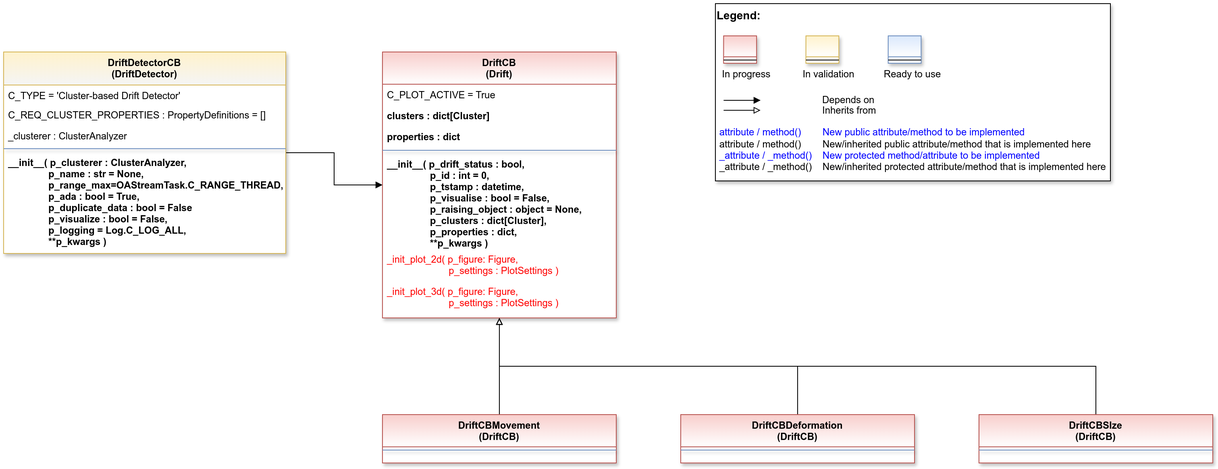
This is doc/rtd/content/99_appendices/appendix2/sub/mlpro_oa/streams/40_drift_detection/20_cluster_based/images/MLPro-OA-CB-Drift-Detectors_class_diagram.drawio.png from fhswf/MLPro, a draw.io export, as it was before one commit. Source tidied: cells renumbered, new cells last; positions are measured from the earlier drawing's top-left corner, leaving out a move shared by most shapes.
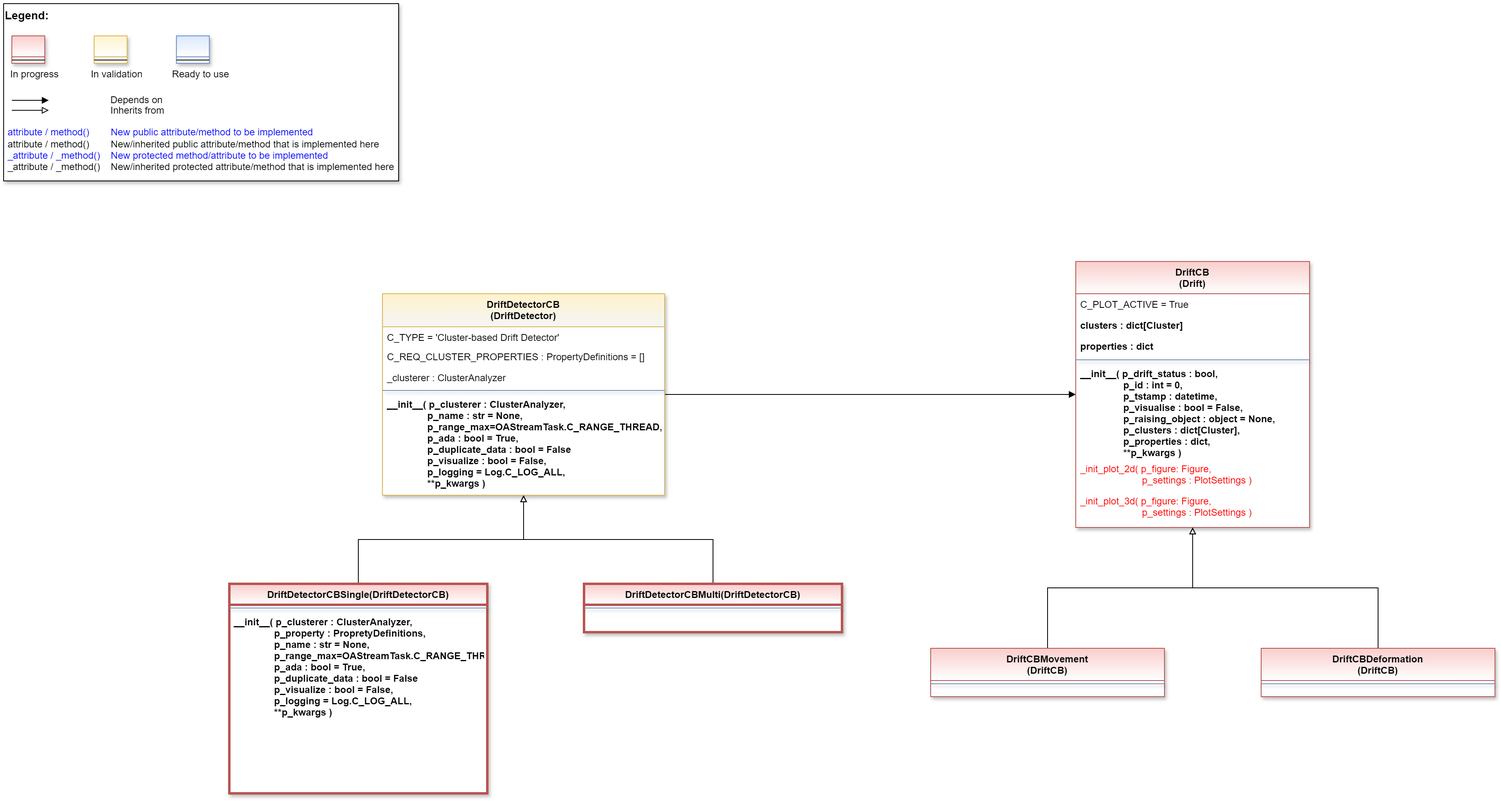
Later version of the same file.

Commit message:
OA: New cluster-based drift detector 'Deformation' #1162

Change to the diagram source:
```diff
@@ -3,7 +3,7 @@
     <mxCell id="0" />
     <mxCell id="1" parent="0" />
     <mxCell id="2" style="group;" parent="1" vertex="1">
-      <mxGeometry x="883" width="490" height="220" as="geometry" />
+      <mxGeometry x="40" width="490" height="220" as="geometry" />
     </mxCell>
     <mxCell id="3" value="&lt;font color=&quot;#000000&quot; size=&quot;1&quot;&gt;&lt;b style=&quot;font-size: 14px&quot;&gt;Legend:&lt;br&gt;&lt;/b&gt;&lt;/font&gt;&lt;br&gt;&lt;br&gt;&lt;br&gt;&lt;font color=&quot;#0000ff&quot; style=&quot;font-size: 6px&quot;&gt;&lt;br&gt;&lt;/font&gt;&lt;span style=&quot;color: rgb(0 , 0 , 0)&quot;&gt;&lt;font style=&quot;font-size: 4px&quot;&gt;&amp;nbsp; &amp;nbsp;&lt;/font&gt;&amp;nbsp;In progress&amp;nbsp; &amp;nbsp; &amp;nbsp; &amp;nbsp; &amp;nbsp; &amp;nbsp; In validation&amp;nbsp; &amp;nbsp; &amp;nbsp; &amp;nbsp; &amp;nbsp; &amp;nbsp;Ready to use&lt;/span&gt;&lt;font color=&quot;#000000&quot;&gt;&amp;nbsp;&lt;br&gt;&lt;/font&gt;&lt;font color=&quot;#0000ff&quot;&gt;&lt;br&gt;&lt;br&gt;&lt;br&gt;&lt;br&gt;&amp;nbsp;attribute / method()&amp;nbsp; &amp;nbsp; &amp;nbsp; &amp;nbsp; New public attribute/method to be implemented&lt;/font&gt;&lt;br&gt;&lt;font color=&quot;#000000&quot;&gt;&amp;nbsp;&lt;/font&gt;&lt;font color=&quot;#000000&quot;&gt;attribute / method()&lt;span&gt; &lt;/span&gt;&amp;nbsp; &amp;nbsp; &amp;nbsp; &amp;nbsp;New/inherited public attribute/method that is implemented here&lt;br&gt;&lt;/font&gt;&lt;font color=&quot;#0000ff&quot;&gt;&amp;nbsp;_attribute /&amp;nbsp;&lt;/font&gt;&lt;font color=&quot;#0000ff&quot;&gt;_method()&amp;nbsp; &amp;nbsp; New protected method/attribute to be implemented&lt;/font&gt;&lt;br&gt;&lt;font color=&quot;#000000&quot;&gt;&amp;nbsp;_attribute / _method()&amp;nbsp; &amp;nbsp; New/inherited protected attribute/method that is implemented here&lt;br&gt;&lt;/font&gt;&lt;font color=&quot;#000000&quot;&gt;&lt;br&gt;&lt;br&gt;&lt;br&gt;&lt;br&gt;&lt;br&gt;&lt;/font&gt;" style="text;html=1;align=left;verticalAlign=top;whiteSpace=wrap;rounded=0;fontColor=#006600;strokeColor=#000000;shadow=1;fillColor=#ffffff;" parent="2" vertex="1">
       <mxGeometry width="490" height="220" as="geometry" />
@@ -43,87 +43,89 @@
     <mxCell id="11" style="line;html=1;strokeWidth=1;align=left;verticalAlign=middle;spacingTop=-1;spacingLeft=3;spacingRight=3;labelPosition=right;" parent="10" vertex="1">
       <mxGeometry y="26" width="40.8" height="8" as="geometry" />
     </mxCell>
-    <mxCell id="12" style="edgeStyle=orthogonalEdgeStyle;rounded=0;jettySize=auto;html=1;endArrow=block;endFill=1;" parent="1" edge="1" source="13" target="19">
+    <mxCell id="12" style="edgeStyle=orthogonalEdgeStyle;rounded=0;jettySize=auto;html=1;endArrow=block;endFill=1;" parent="1" edge="1" source="15" target="23">
       <mxGeometry relative="1" as="geometry" />
     </mxCell>
-    <mxCell id="13" value="DriftDetectorCB&#10;(DriftDetector)" style="swimlane;align=center;verticalAlign=top;horizontal=1;startSize=41;rounded=0;shadow=1;strokeWidth=1;fillColor=#fff2cc;strokeColor=#d6b656;swimlaneFillColor=#ffffff;gradientColor=#F5F5F5;" parent="1" vertex="1">
-      <mxGeometry y="60" width="350" height="250" as="geometry" />
+    <mxCell id="13" style="edgeStyle=orthogonalEdgeStyle;rounded=0;jettySize=auto;html=1;endArrow=block;endFill=0;exitX=0.5;exitY=0;exitDx=0;exitDy=0;" parent="1" edge="1" source="37" target="15">
+      <mxGeometry relative="1" as="geometry" />
     </mxCell>
-    <mxCell id="14" value="C_TYPE = 'Cluster-based Drift Detector'" style="text;align=left;verticalAlign=top;spacingLeft=4;spacingRight=4;overflow=hidden;" parent="13" vertex="1">
-      <mxGeometry y="41" width="350" height="24" as="geometry" />
+    <mxCell id="14" style="edgeStyle=orthogonalEdgeStyle;rounded=0;jettySize=auto;html=1;endArrow=block;endFill=0;" parent="1" edge="1" source="35" target="15">
+      <mxGeometry relative="1" as="geometry" />
     </mxCell>
-    <mxCell id="15" value="C_REQ_CLUSTER_PROPERTIES : PropertyDefinitions = []" style="text;align=left;verticalAlign=top;spacingLeft=4;spacingRight=4;overflow=hidden;points=[[0,0.5],[1,0.5]];portConstraint=eastwest;" parent="13" vertex="1">
-      <mxGeometry y="65" width="350" height="26" as="geometry" />
+    <mxCell id="15" value="DriftDetectorCB&#10;(DriftDetector)" style="swimlane;align=center;verticalAlign=top;horizontal=1;startSize=41;rounded=0;shadow=1;strokeWidth=1;fillColor=#fff2cc;strokeColor=#d6b656;swimlaneFillColor=#ffffff;gradientColor=#F5F5F5;" parent="1" vertex="1">
+      <mxGeometry x="510" y="360" width="350" height="250" as="geometry" />
     </mxCell>
-    <mxCell id="16" value="_clusterer : ClusterAnalyzer" style="text;align=left;verticalAlign=top;spacingLeft=4;spacingRight=4;overflow=hidden;" parent="13" vertex="1">
-      <mxGeometry y="91" width="350" height="25" as="geometry" />
+    <mxCell id="16" value="C_TYPE = 'Cluster-based Drift Detector'" style="text;align=left;verticalAlign=top;spacingLeft=4;spacingRight=4;overflow=hidden;" parent="15" vertex="1">
+      <mxGeometry y="41" width="350" height="24" as="geometry" />
     </mxCell>
-    <mxCell id="17" style="line;html=1;strokeWidth=1;align=center;verticalAlign=top;spacingTop=-1;spacingLeft=3;spacingRight=3;labelPosition=right;rounded=0;shadow=1;strokeColor=#6c8ebf;swimlaneFillColor=#ffffff;fontFamily=Helvetica;fontSize=12;fontColor=default;fontStyle=3;fillColor=#dae8fc;gradientColor=#ffffff;" parent="13" vertex="1">
-      <mxGeometry y="116" width="350" height="8" as="geometry" />
+    <mxCell id="17" value="C_REQ_CLUSTER_PROPERTIES : PropertyDefinitions = []" style="text;align=left;verticalAlign=top;spacingLeft=4;spacingRight=4;overflow=hidden;" parent="15" vertex="1">
+      <mxGeometry y="65" width="350" height="26" as="geometry" />
     </mxCell>
-    <mxCell id="18" value="__init__( p_clusterer : ClusterAnalyzer,&#10;               p_name : str = None,&#10;               p_range_max=OAStreamTask.C_RANGE_THREAD,&#10;               p_ada : bool = True,&#10;               p_duplicate_data : bool = False&#10;               p_visualize : bool = False,&#10;               p_logging = Log.C_LOG_ALL,&#10;               **p_kwargs )" style="text;align=left;verticalAlign=top;spacingLeft=4;spacingRight=4;overflow=hidden;fontStyle=1;" parent="13" vertex="1">
-      <mxGeometry y="124" width="350" height="126" as="geometry" />
+    <mxCell id="18" value="_clusterer : ClusterAnalyzer" style="text;align=left;verticalAlign=top;spacingLeft=4;spacingRight=4;overflow=hidden;" parent="15" vertex="1">
+      <mxGeometry y="91" width="350" height="25" as="geometry" />
     </mxCell>
-    <mxCell id="19" value="DriftCB&#10;(Drift)" style="swimlane;fontStyle=1;align=center;verticalAlign=top;horizontal=1;startSize=40;rounded=0;shadow=1;strokeWidth=1;fillColor=#f8cecc;strokeColor=#b85450;swimlaneFillColor=#ffffff;fontFamily=Helvetica;fontSize=12;gradientColor=#FFFFFF;" parent="1" vertex="1">
-      <mxGeometry x="470" y="60" width="290" height="330" as="geometry" />
+    <mxCell id="19" style="line;html=1;strokeWidth=1;align=center;verticalAlign=top;spacingTop=-1;spacingLeft=3;spacingRight=3;labelPosition=right;points=[];portConstraint=eastwest;rounded=0;shadow=1;strokeColor=#6c8ebf;swimlaneFillColor=#ffffff;fontFamily=Helvetica;fontSize=12;fontColor=default;fontStyle=3;fillColor=#dae8fc;gradientColor=#ffffff;" parent="15" vertex="1">
+      <mxGeometry y="116" width="350" height="8" as="geometry" />
     </mxCell>
-    <mxCell id="20" value="C_PLOT_ACTIVE = True" style="text;align=left;verticalAlign=top;spacingLeft=4;spacingRight=4;overflow=hidden;" parent="19" vertex="1">
-      <mxGeometry y="40" width="290" height="26" as="geometry" />
+    <mxCell id="20" value="__init__( p_clusterer : ClusterAnalyzer,&#10;               p_name : str = None,&#10;               p_range_max=OAStreamTask.C_RANGE_THREAD,&#10;               p_ada : bool = True,&#10;               p_duplicate_data : bool = False&#10;               p_visualize : bool = False,&#10;               p_logging = Log.C_LOG_ALL,&#10;               **p_kwargs )" style="text;align=left;verticalAlign=top;spacingLeft=4;spacingRight=4;overflow=hidden;fontStyle=1;" parent="15" vertex="1">
+      <mxGeometry y="124" width="350" height="126" as="geometry" />
     </mxCell>
-    <mxCell id="21" value="clusters : dict[Cluster]" style="text;align=left;verticalAlign=top;spacingLeft=4;spacingRight=4;overflow=hidden;fontStyle=1;" parent="19" vertex="1">
-      <mxGeometry y="66" width="290" height="26" as="geometry" />
+    <mxCell id="21" style="edgeStyle=orthogonalEdgeStyle;rounded=0;jettySize=auto;html=1;endArrow=block;endFill=0;exitX=0.5;exitY=0;exitDx=0;exitDy=0;" parent="1" edge="1" source="31" target="23">
+      <mxGeometry relative="1" as="geometry" />
     </mxCell>
-    <mxCell id="22" value="properties : dict" style="text;align=left;verticalAlign=top;spacingLeft=4;spacingRight=4;overflow=hidden;fontStyle=1;" parent="19" vertex="1">
-      <mxGeometry y="92" width="290" height="26" as="geometry" />
+    <mxCell id="22" style="edgeStyle=orthogonalEdgeStyle;rounded=0;jettySize=auto;html=1;endArrow=block;endFill=0;" parent="1" edge="1" source="33" target="23">
+      <mxGeometry relative="1" as="geometry" />
     </mxCell>
-    <mxCell id="23" style="line;html=1;strokeWidth=1;align=center;verticalAlign=top;spacingTop=-1;spacingLeft=3;spacingRight=3;labelPosition=right;points=[];portConstraint=eastwest;rounded=0;shadow=1;strokeColor=#6c8ebf;swimlaneFillColor=#ffffff;fontFamily=Helvetica;fontSize=12;fontColor=default;fontStyle=1;fillColor=#dae8fc;gradientColor=#ffffff;" parent="19" vertex="1">
-      <mxGeometry y="118" width="290" height="8" as="geometry" />
+    <mxCell id="23" value="DriftCB&#10;(Drift)" style="swimlane;fontStyle=1;align=center;verticalAlign=top;horizontal=1;startSize=40;rounded=0;shadow=1;strokeWidth=1;fillColor=#f8cecc;strokeColor=#b85450;swimlaneFillColor=#ffffff;fontFamily=Helvetica;fontSize=12;gradientColor=#FFFFFF;" parent="1" vertex="1">
+      <mxGeometry x="1370" y="320" width="290" height="330" as="geometry" />
     </mxCell>
-    <mxCell id="24" value="__init__( p_drift_status : bool,&#10;                p_id : int = 0,&#10;                p_tstamp : datetime,&#10;                p_visualise : bool = False,&#10;                p_raising_object : object = None,&#10;                p_clusters : dict[Cluster],&#10;                p_properties : dict,&#10;                **p_kwargs )" style="text;align=left;verticalAlign=top;spacingLeft=4;spacingRight=4;overflow=hidden;fontStyle=1;" parent="19" vertex="1">
-      <mxGeometry y="126" width="290" height="118" as="geometry" />
+    <mxCell id="24" value="C_PLOT_ACTIVE = True" style="text;align=left;verticalAlign=top;spacingLeft=4;spacingRight=4;overflow=hidden;" parent="23" vertex="1">
+      <mxGeometry y="40" width="290" height="26" as="geometry" />
     </mxCell>
-    <mxCell id="25" value="_init_plot_2d( p_figure: Figure, &#10;                       p_settings : PlotSettings )" style="text;align=left;verticalAlign=top;spacingLeft=4;spacingRight=4;overflow=hidden;fontColor=#FF0000;" parent="19" vertex="1">
-      <mxGeometry y="244" width="290" height="40" as="geometry" />
+    <mxCell id="25" value="clusters : dict[Cluster]" style="text;align=left;verticalAlign=top;spacingLeft=4;spacingRight=4;overflow=hidden;fontStyle=1;" parent="23" vertex="1">
+      <mxGeometry y="66" width="290" height="26" as="geometry" />
     </mxCell>
-    <mxCell id="26" value="_init_plot_3d( p_figure: Figure, &#10;                       p_settings : PlotSettings )" style="text;align=left;verticalAlign=top;spacingLeft=4;spacingRight=4;overflow=hidden;fontColor=#FF0000;" parent="19" vertex="1">
-      <mxGeometry y="284" width="290" height="40" as="geometry" />
+    <mxCell id="26" value="properties : dict" style="text;align=left;verticalAlign=top;spacingLeft=4;spacingRight=4;overflow=hidden;fontStyle=1;" parent="23" vertex="1">
+      <mxGeometry y="92" width="290" height="26" as="geometry" />
     </mxCell>
-    <mxCell id="27" style="edgeStyle=orthogonalEdgeStyle;rounded=0;jettySize=auto;html=1;endArrow=block;endFill=0;" parent="1" edge="1" source="28" target="19">
-      <mxGeometry relative="1" as="geometry" />
+    <mxCell id="27" style="line;html=1;strokeWidth=1;align=center;verticalAlign=top;spacingTop=-1;spacingLeft=3;spacingRight=3;labelPosition=right;rounded=0;shadow=1;strokeColor=#6c8ebf;swimlaneFillColor=#ffffff;fontFamily=Helvetica;fontSize=12;fontColor=default;fontStyle=1;fillColor=#dae8fc;gradientColor=#ffffff;" parent="23" vertex="1">
+      <mxGeometry y="118" width="290" height="8" as="geometry" />
     </mxCell>
-    <mxCell id="28" value="DriftCBMovement&#10;(DriftCB)" style="swimlane;fontStyle=1;align=center;verticalAlign=top;horizontal=1;startSize=40;rounded=0;shadow=1;strokeWidth=1;fillColor=#f8cecc;strokeColor=#b85450;swimlaneFillColor=#ffffff;fontFamily=Helvetica;fontSize=12;gradientColor=#FFFFFF;" parent="1" vertex="1">
-      <mxGeometry x="470" y="510" width="290" height="60" as="geometry" />
+    <mxCell id="28" value="__init__( p_drift_status : bool,&#10;                p_id : int = 0,&#10;                p_tstamp : datetime,&#10;                p_visualise : bool = False,&#10;                p_raising_object : object = None,&#10;                p_clusters : dict[Cluster],&#10;                p_properties : dict,&#10;                **p_kwargs )" style="text;align=left;verticalAlign=top;spacingLeft=4;spacingRight=4;overflow=hidden;points=[[0,0.5],[1,0.5]];portConstraint=eastwest;fontStyle=1;" parent="23" vertex="1">
+      <mxGeometry y="126" width="290" height="118" as="geometry" />
     </mxCell>
-    <mxCell id="29" style="line;html=1;strokeWidth=1;align=center;verticalAlign=top;spacingTop=-1;spacingLeft=3;spacingRight=3;labelPosition=right;rounded=0;shadow=1;strokeColor=#6c8ebf;swimlaneFillColor=#ffffff;fontFamily=Helvetica;fontSize=12;fontColor=default;fontStyle=1;fillColor=#dae8fc;gradientColor=#ffffff;" parent="28" vertex="1">
-      <mxGeometry y="40" width="290" height="8" as="geometry" />
+    <mxCell id="29" value="_init_plot_2d( p_figure: Figure, &#10;                       p_settings : PlotSettings )" style="text;align=left;verticalAlign=top;spacingLeft=4;spacingRight=4;overflow=hidden;fontColor=#FF0000;" parent="23" vertex="1">
+      <mxGeometry y="244" width="290" height="40" as="geometry" />
     </mxCell>
-    <mxCell id="30" style="edgeStyle=orthogonalEdgeStyle;rounded=0;jettySize=auto;html=1;endArrow=block;endFill=0;" parent="1" edge="1" source="31" target="19">
-      <mxGeometry relative="1" as="geometry">
-        <Array as="points">
-          <mxPoint x="985" y="450" />
-          <mxPoint x="615" y="450" />
-        </Array>
-      </mxGeometry>
+    <mxCell id="30" value="_init_plot_3d( p_figure: Figure, &#10;                       p_settings : PlotSettings )" style="text;align=left;verticalAlign=top;spacingLeft=4;spacingRight=4;overflow=hidden;fontColor=#FF0000;" parent="23" vertex="1">
+      <mxGeometry y="284" width="290" height="40" as="geometry" />
     </mxCell>
-    <mxCell id="31" value="DriftCBDeformation&#10;(DriftCB)" style="swimlane;fontStyle=1;align=center;verticalAlign=top;horizontal=1;startSize=40;rounded=0;shadow=1;strokeWidth=1;fillColor=#f8cecc;strokeColor=#b85450;swimlaneFillColor=#ffffff;fontFamily=Helvetica;fontSize=12;gradientColor=#FFFFFF;" parent="1" vertex="1">
-      <mxGeometry x="840" y="510" width="290" height="60" as="geometry" />
+    <mxCell id="31" value="DriftCBMovement&#10;(DriftCB)" style="swimlane;fontStyle=1;align=center;verticalAlign=top;horizontal=1;startSize=40;rounded=0;shadow=1;strokeWidth=1;fillColor=#f8cecc;strokeColor=#b85450;swimlaneFillColor=#ffffff;fontFamily=Helvetica;fontSize=12;gradientColor=#FFFFFF;" parent="1" vertex="1">
+      <mxGeometry x="1190" y="800" width="290" height="60" as="geometry" />
     </mxCell>
     <mxCell id="32" style="line;html=1;strokeWidth=1;align=center;verticalAlign=top;spacingTop=-1;spacingLeft=3;spacingRight=3;labelPosition=right;rounded=0;shadow=1;strokeColor=#6c8ebf;swimlaneFillColor=#ffffff;fontFamily=Helvetica;fontSize=12;fontColor=default;fontStyle=1;fillColor=#dae8fc;gradientColor=#ffffff;" parent="31" vertex="1">
       <mxGeometry y="40" width="290" height="8" as="geometry" />
     </mxCell>
-    <mxCell id="33" style="edgeStyle=orthogonalEdgeStyle;rounded=0;jettySize=auto;html=1;endArrow=block;endFill=0;" parent="1" edge="1" source="34" target="19">
-      <mxGeometry relative="1" as="geometry">
-        <Array as="points">
-          <mxPoint x="1355" y="450" />
-          <mxPoint x="615" y="450" />
-        </Array>
-      </mxGeometry>
+    <mxCell id="33" value="DriftCBDeformation&#10;(DriftCB)" style="swimlane;fontStyle=1;align=center;verticalAlign=top;horizontal=1;startSize=40;rounded=0;shadow=1;strokeWidth=1;fillColor=#f8cecc;strokeColor=#b85450;swimlaneFillColor=#ffffff;fontFamily=Helvetica;fontSize=12;gradientColor=#FFFFFF;" parent="1" vertex="1">
+      <mxGeometry x="1600" y="800" width="290" height="60" as="geometry" />
     </mxCell>
-    <mxCell id="34" value="DriftCBSIze&#10;(DriftCB)" style="swimlane;fontStyle=1;align=center;verticalAlign=top;horizontal=1;startSize=40;rounded=0;shadow=1;strokeWidth=1;fillColor=#f8cecc;strokeColor=#b85450;swimlaneFillColor=#ffffff;fontFamily=Helvetica;fontSize=12;gradientColor=#FFFFFF;" parent="1" vertex="1">
-      <mxGeometry x="1210" y="510" width="290" height="60" as="geometry" />
+    <mxCell id="34" style="line;html=1;strokeWidth=1;align=center;verticalAlign=top;spacingTop=-1;spacingLeft=3;spacingRight=3;labelPosition=right;points=[];portConstraint=eastwest;rounded=0;shadow=1;strokeColor=#6c8ebf;swimlaneFillColor=#ffffff;fontFamily=Helvetica;fontSize=12;fontColor=default;fontStyle=1;fillColor=#dae8fc;gradientColor=#ffffff;" parent="33" vertex="1">
+      <mxGeometry y="40" width="290" height="8" as="geometry" />
     </mxCell>
-    <mxCell id="35" style="line;html=1;strokeWidth=1;align=center;verticalAlign=top;spacingTop=-1;spacingLeft=3;spacingRight=3;labelPosition=right;points=[];portConstraint=eastwest;rounded=0;shadow=1;strokeColor=#6c8ebf;swimlaneFillColor=#ffffff;fontFamily=Helvetica;fontSize=12;fontColor=default;fontStyle=1;fillColor=#dae8fc;gradientColor=#ffffff;" parent="34" vertex="1">
-      <mxGeometry y="40" width="290" height="8" as="geometry" />
+    <mxCell id="35" value="DriftDetectorCBMulti(DriftDetectorCB)" style="swimlane;fontStyle=1;align=center;verticalAlign=top;horizontal=1;startSize=26;rounded=0;shadow=1;strokeWidth=3;fillColor=#f8cecc;strokeColor=#b85450;swimlaneFillColor=#ffffff;fontFamily=Helvetica;fontSize=12;gradientColor=#ffffff;" parent="1" vertex="1">
+      <mxGeometry x="760" y="720" width="320" height="60" as="geometry" />
     </mxCell>
+    <mxCell id="36" style="line;html=1;strokeWidth=1;align=center;verticalAlign=top;spacingTop=-1;spacingLeft=3;spacingRight=3;labelPosition=right;rounded=0;shadow=1;strokeColor=#6c8ebf;swimlaneFillColor=#ffffff;fontFamily=Helvetica;fontSize=12;fontColor=default;fontStyle=1;fillColor=#dae8fc;gradientColor=#ffffff;" parent="35" vertex="1">
+      <mxGeometry y="26" width="320" height="8" as="geometry" />
+    </mxCell>
+    <mxCell id="37" value="DriftDetectorCBSingle(DriftDetectorCB)" style="swimlane;fontStyle=1;align=center;verticalAlign=top;horizontal=1;startSize=26;rounded=0;shadow=1;strokeWidth=3;fillColor=#f8cecc;strokeColor=#b85450;swimlaneFillColor=#ffffff;fontFamily=Helvetica;fontSize=12;gradientColor=#ffffff;" parent="1" vertex="1">
+      <mxGeometry x="320" y="720" width="320" height="260" as="geometry" />
+    </mxCell>
+    <mxCell id="38" style="line;html=1;strokeWidth=1;align=center;verticalAlign=top;spacingTop=-1;spacingLeft=3;spacingRight=3;labelPosition=right;rounded=0;shadow=1;strokeColor=#6c8ebf;swimlaneFillColor=#ffffff;fontFamily=Helvetica;fontSize=12;fontColor=default;fontStyle=1;fillColor=#dae8fc;gradientColor=#ffffff;" parent="37" vertex="1">
+      <mxGeometry y="26" width="320" height="8" as="geometry" />
+    </mxCell>
+    <mxCell id="39" value="__init__( p_clusterer : ClusterAnalyzer,&#10;               p_property : PropretyDefinitions,&#10;               p_name : str = None,&#10;               p_range_max=OAStreamTask.C_RANGE_THREAD,&#10;               p_ada : bool = True,&#10;               p_duplicate_data : bool = False&#10;               p_visualize : bool = False,&#10;               p_logging = Log.C_LOG_ALL,&#10;               **p_kwargs )" style="text;align=left;verticalAlign=top;spacingLeft=4;spacingRight=4;overflow=hidden;fontStyle=1;" parent="37" vertex="1">
+      <mxGeometry y="34" width="320" height="146" as="geometry" />
+    </mxCell>
   </root>
 </mxGraphModel>
```
